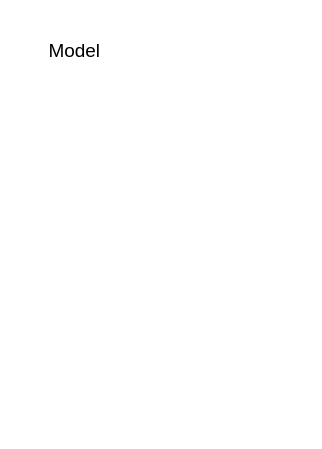
Above: 6-ai/deepseek-herness.drawio in vic868/Deliberate (draw.io), before the change. Source tidied: cells renumbered, new cells numbered last; positions are measured from the earlier drawing's top-left corner, leaving out a move shared by most shapes. Both pictures are drawn from the tidied source at 158%, with x=0, y=0 at pixel (27, 27).
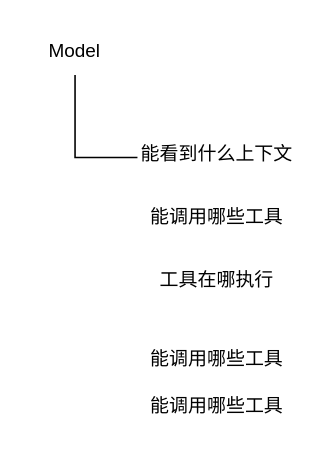
The same diagram, later.

Commit message:
vault backup: 2026-10-22 15:06:51

What changed in the source:
```diff
@@
 <mxGraphModel>
   <root>
     <mxCell id="0" />
     <mxCell id="1" parent="0" />
     <mxCell id="2" value="Model" style="text;html=1;whiteSpace=wrap;strokeColor=none;fillColor=none;align=center;verticalAlign=middle;rounded=0;" parent="1" vertex="1">
       <mxGeometry width="60" height="30" as="geometry" />
     </mxCell>
+    <mxCell id="3" style="edgeStyle=orthogonalEdgeStyle;rounded=0;jettySize=auto;html=1;entryX=0.5;entryY=1;entryDx=0;entryDy=0;defaultLabelBackgroundColor=page;exitX=-0.005;exitY=0.608;exitDx=0;exitDy=0;exitPerimeter=0;startArrow=none;startFill=0;endArrow=none;endFill=0;" parent="1" edge="1" source="4" target="2">
+      <mxGeometry relative="1" as="geometry" />
+    </mxCell>
+    <mxCell id="4" value="能看到什么上下文" style="text;html=1;whiteSpace=wrap;strokeColor=none;fillColor=none;align=center;verticalAlign=middle;rounded=0;" parent="1" vertex="1">
+      <mxGeometry x="70" y="70" width="100" height="20" as="geometry" />
+    </mxCell>
+    <mxCell id="5" value="能调用哪些工具" style="text;html=1;whiteSpace=wrap;strokeColor=none;fillColor=none;align=center;verticalAlign=middle;rounded=0;" parent="1" vertex="1">
+      <mxGeometry x="70" y="110" width="100" height="20" as="geometry" />
+    </mxCell>
+    <mxCell id="6" value="工具在哪执行" style="text;html=1;whiteSpace=wrap;strokeColor=none;fillColor=none;align=center;verticalAlign=middle;rounded=0;" parent="1" vertex="1">
+      <mxGeometry x="70" y="150" width="100" height="20" as="geometry" />
+    </mxCell>
+    <mxCell id="7" value="能调用哪些工具" style="text;html=1;whiteSpace=wrap;strokeColor=none;fillColor=none;align=center;verticalAlign=middle;rounded=0;" parent="1" vertex="1">
+      <mxGeometry x="70" y="200" width="100" height="20" as="geometry" />
+    </mxCell>
+    <mxCell id="8" value="能调用哪些工具" style="text;html=1;whiteSpace=wrap;strokeColor=none;fillColor=none;align=center;verticalAlign=middle;rounded=0;" parent="1" vertex="1">
+      <mxGeometry x="70" y="230" width="100" height="20" as="geometry" />
+    </mxCell>
   </root>
 </mxGraphModel>
```
